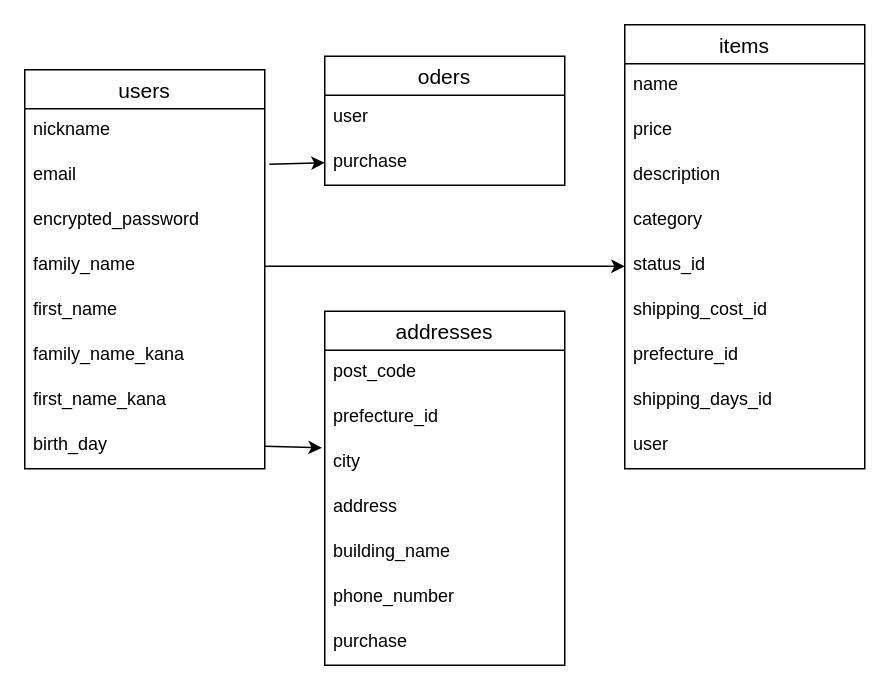
The draw.io diagram furima.dio in 123yuki/furima-37850, before the edit. Source tidied: cells renumbered, new cells numbered last; positions are measured from the earlier drawing's top-left corner, leaving out a move shared by most shapes. Both pictures are drawn from the tidied source at 150%, with x=0, y=0 at pixel (24, 24).
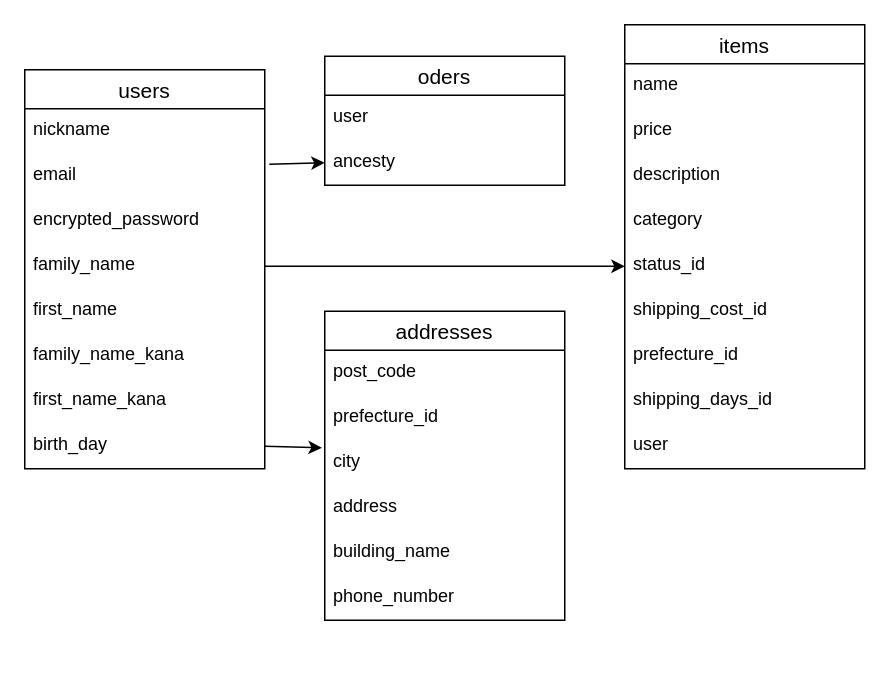
Above is the later version.

Commit message (it also covers changes not shown here):
データベース設定の編集.004

The change refers to these unchanged cells:
```xml
<mxCell id="14" value="oders" style="swimlane;fontStyle=0;horizontal=1;startSize=26;align=center;fontSize=14;" parent="1" vertex="1">
  <mxGeometry x="200" y="21" width="160" height="86" as="geometry" />
</mxCell>
```

Diff of the diagram source:
```diff
@@
-    <mxCell id="16" value="purchase" style="text;strokeColor=none;fillColor=none;spacingLeft=4;spacingRight=4;overflow=hidden;points=[[0,0.5],[1,0.5]];portConstraint=eastwest;fontSize=12;" parent="14" vertex="1">
+    <mxCell id="16" value="ancesty" style="text;strokeColor=none;fillColor=none;spacingLeft=4;spacingRight=4;overflow=hidden;points=[[0,0.5],[1,0.5]];portConstraint=eastwest;fontSize=12;" parent="14" vertex="1">
       <mxGeometry y="56" width="160" height="30" as="geometry" />
     </mxCell>
@@
     <mxCell id="27" value="addresses" style="swimlane;fontStyle=0;horizontal=1;startSize=26;align=center;fontSize=14;" parent="1" vertex="1">
-      <mxGeometry x="200" y="191" width="160" height="236" as="geometry" />
+      <mxGeometry x="200" y="191" width="160" height="206" as="geometry" />
     </mxCell>
@@
-    <mxCell id="34" value="purchase" style="text;strokeColor=none;fillColor=none;spacingLeft=4;spacingRight=4;overflow=hidden;fontSize=12;" parent="27" vertex="1">
-      <mxGeometry y="206" width="160" height="30" as="geometry" />
-    </mxCell>
```
